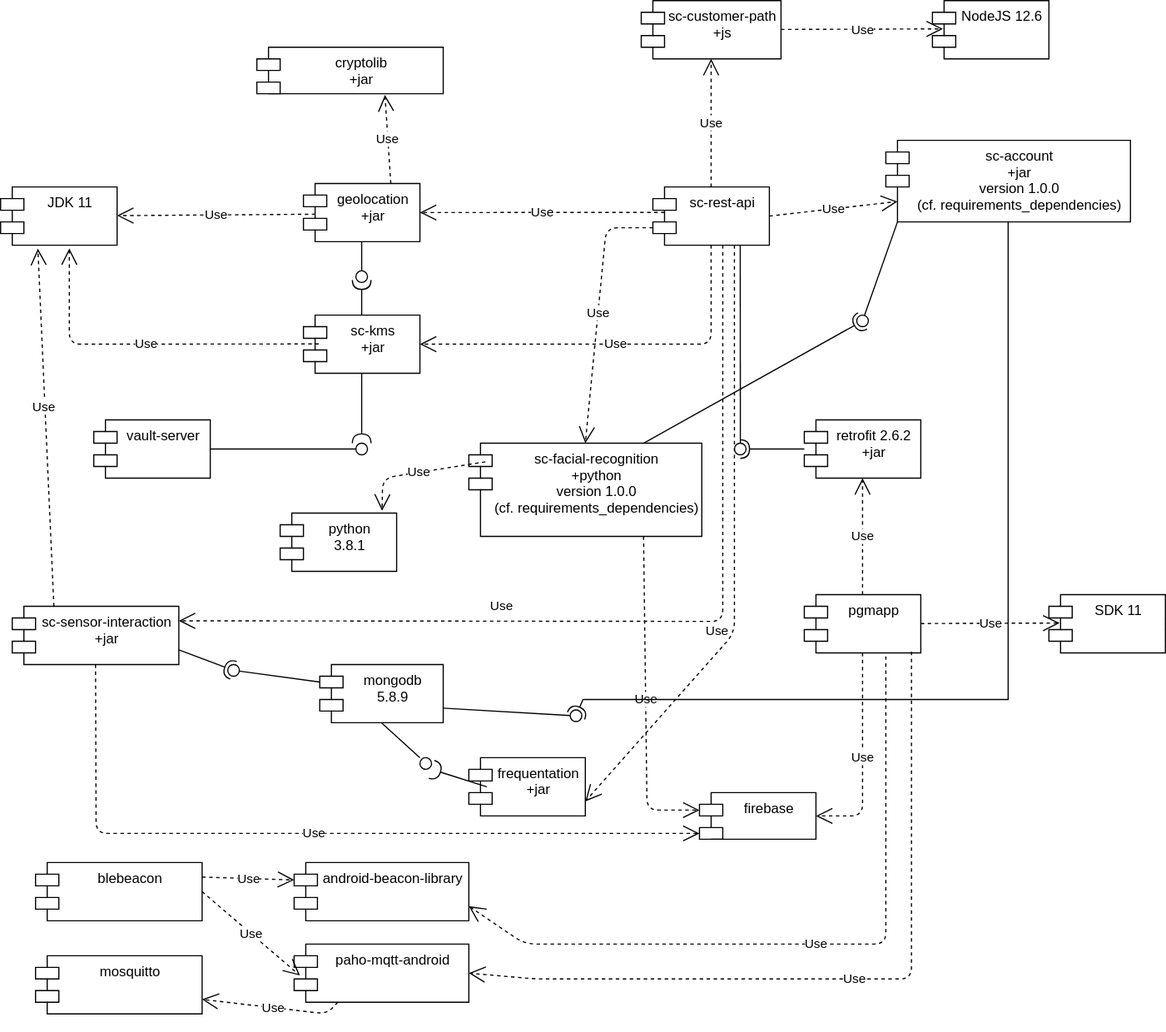
Above: diagrams/ComponentDiagram.svg in jessicaraman/pds-stardust (draw.io), before the change. Source tidied: cells renumbered, new cells last; positions are measured from the earlier drawing's top-left corner, leaving out a move shared by most shapes.
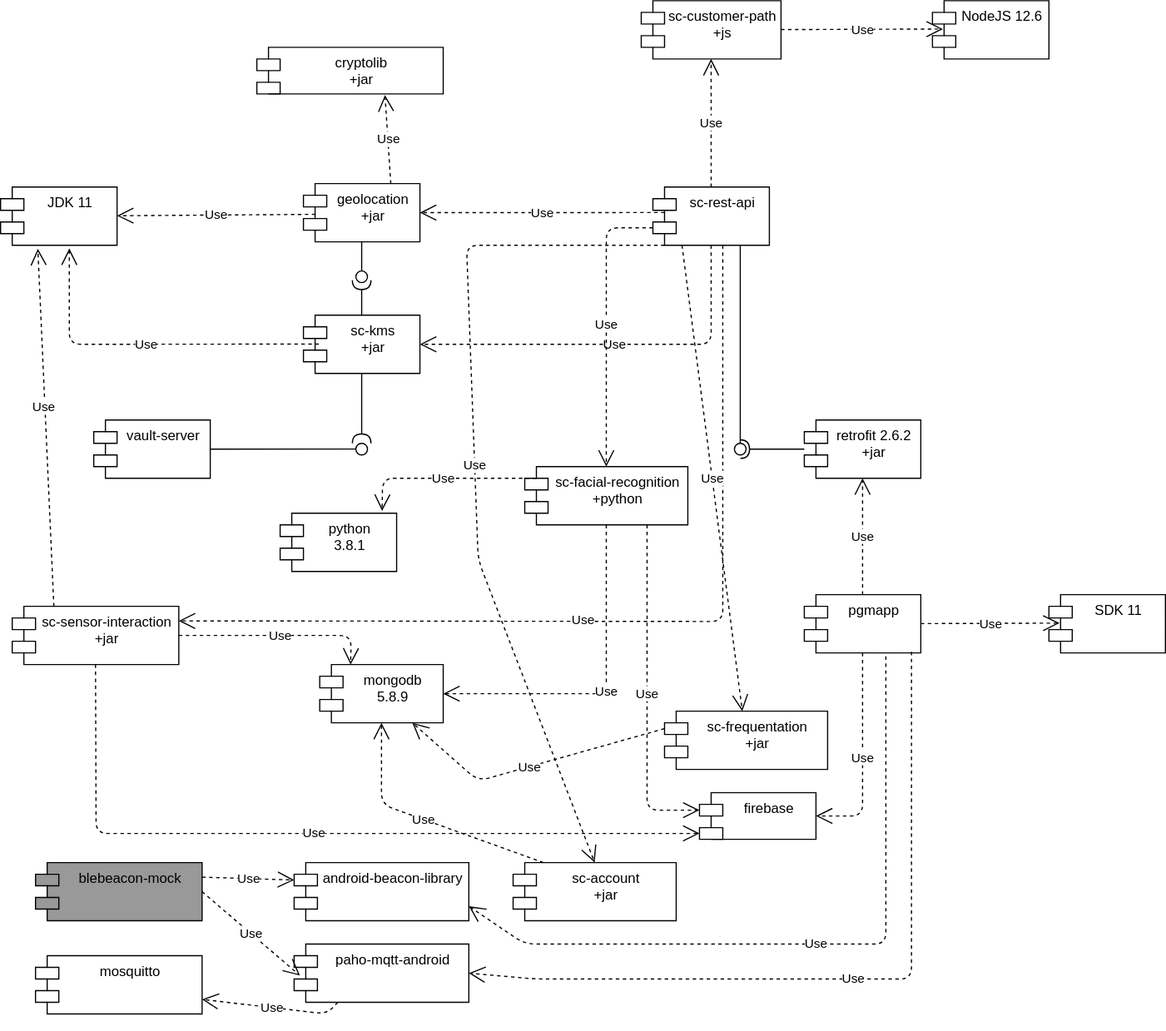
After the commit.

Change to the diagram source:
```diff
@@ -92,8 +92,8 @@
     <mxCell id="27" value="Use" style="endArrow=open;endSize=12;dashed=1;html=1;entryX=0.091;entryY=0.488;entryDx=0;entryDy=0;entryPerimeter=0;" parent="1" edge="1" source="6" target="13">
       <mxGeometry relative="1" as="geometry" />
     </mxCell>
-    <mxCell id="28" value="sc-facial-recognition&#10;+python&#10;version 1.0.0&#10;(cf. requirements_dependencies)" style="shape=module;align=left;spacingLeft=20;align=center;verticalAlign=top;" parent="1" vertex="1">
-      <mxGeometry x="402" y="380" width="200" height="80" as="geometry" />
+    <mxCell id="28" value="sc-facial-recognition&#10;+python" style="shape=module;align=left;spacingLeft=20;align=center;verticalAlign=top;" parent="1" vertex="1">
+      <mxGeometry x="450" y="400" width="140" height="50" as="geometry" />
     </mxCell>
     <mxCell id="29" value="mongodb&#10;5.8.9" style="shape=module;align=left;spacingLeft=20;align=center;verticalAlign=top;" parent="1" vertex="1">
       <mxGeometry x="274" y="570" width="106" height="50" as="geometry" />
@@ -108,6 +108,13 @@
         </Array>
       </mxGeometry>
     </mxCell>
+    <mxCell id="68" value="Use" style="endArrow=open;endSize=12;dashed=1;html=1;exitX=0.5;exitY=1;exitDx=0;exitDy=0;entryX=1;entryY=0.5;entryDx=0;entryDy=0;" parent="1" edge="1" source="28" target="29">
+      <mxGeometry relative="1" as="geometry">
+        <Array as="points">
+          <mxPoint x="520" y="595" />
+        </Array>
+      </mxGeometry>
+    </mxCell>
     <mxCell id="32" value="Use" style="endArrow=open;endSize=12;dashed=1;html=1;exitX=0.75;exitY=1;exitDx=0;exitDy=0;entryX=0;entryY=0;entryDx=0;entryDy=15;entryPerimeter=0;" parent="1" edge="1" source="28" target="30">
       <mxGeometry relative="1" as="geometry">
         <Array as="points">
@@ -135,6 +142,14 @@
     <mxCell id="36" value="sc-sensor-interaction&#10;+jar" style="shape=module;align=left;spacingLeft=20;align=center;verticalAlign=top;" parent="1" vertex="1">
       <mxGeometry x="10" y="520" width="143" height="50" as="geometry" />
     </mxCell>
+    <mxCell id="69" value="Use" style="endArrow=open;endSize=12;dashed=1;html=1;exitX=1;exitY=0.5;exitDx=0;exitDy=0;entryX=0.25;entryY=0;entryDx=0;entryDy=0;" parent="1" edge="1" source="36" target="29">
+      <mxGeometry relative="1" as="geometry">
+        <Array as="points">
+          <mxPoint x="260" y="545" />
+          <mxPoint x="301" y="545" />
+        </Array>
+      </mxGeometry>
+    </mxCell>
     <mxCell id="37" value="Use" style="endArrow=open;endSize=12;dashed=1;html=1;exitX=0.5;exitY=1;exitDx=0;exitDy=0;entryX=0;entryY=0;entryDx=0;entryDy=35;entryPerimeter=0;" parent="1" edge="1" source="36" target="30">
       <mxGeometry relative="1" as="geometry">
         <Array as="points">
@@ -149,7 +164,7 @@
     <mxCell id="39" value="mosquitto" style="shape=module;align=left;spacingLeft=20;align=center;verticalAlign=top;" parent="1" vertex="1">
       <mxGeometry x="30" y="820" width="143" height="50" as="geometry" />
     </mxCell>
-    <mxCell id="40" value="blebeacon" style="shape=module;align=left;spacingLeft=20;align=center;verticalAlign=top;" parent="1" vertex="1">
+    <mxCell id="40" value="blebeacon-mock" style="shape=module;align=left;spacingLeft=20;align=center;verticalAlign=top;fillColor=#999999;" parent="1" vertex="1">
       <mxGeometry x="30" y="740" width="143" height="50" as="geometry" />
     </mxCell>
     <mxCell id="41" value="android-beacon-library" style="shape=module;align=left;spacingLeft=20;align=center;verticalAlign=top;" parent="1" vertex="1">
@@ -159,19 +174,32 @@
       <mxGeometry relative="1" as="geometry" />
     </mxCell>
     <mxCell id="43" value="Use" style="endArrow=open;endSize=12;dashed=1;html=1;entryX=1;entryY=0.25;entryDx=0;entryDy=0;" parent="1" edge="1" target="36">
-      <mxGeometry x="0.3" y="-13" relative="1" as="geometry">
+      <mxGeometry x="-0.18" y="-120" relative="1" as="geometry">
         <mxPoint x="620" y="210" as="sourcePoint" />
         <Array as="points">
           <mxPoint x="620" y="533" />
         </Array>
+        <mxPoint x="-120" y="119" as="offset" />
       </mxGeometry>
     </mxCell>
-    <mxCell id="44" value="sc-account&#10;+jar&#10;version 1.0.0&#10;(cf. requirements_dependencies)&#10;" style="shape=module;align=left;spacingLeft=20;align=center;verticalAlign=top;" parent="1" vertex="1">
-      <mxGeometry x="760" y="120" width="210" height="70" as="geometry" />
+    <mxCell id="44" value="sc-account&#10;+jar" style="shape=module;align=left;spacingLeft=20;align=center;verticalAlign=top;" parent="1" vertex="1">
+      <mxGeometry x="440" y="740" width="140" height="50" as="geometry" />
     </mxCell>
-    <mxCell id="45" value="Use" style="endArrow=open;endSize=12;dashed=1;html=1;exitX=1;exitY=0.5;exitDx=0;exitDy=0;entryX=0;entryY=0.75;entryDx=10;entryDy=0;entryPerimeter=0;" parent="1" edge="1" source="9" target="44">
-      <mxGeometry relative="1" as="geometry" />
+    <mxCell id="45" value="Use" style="endArrow=open;endSize=12;dashed=1;html=1;exitX=0;exitY=1;exitDx=10;exitDy=0;entryX=0.5;entryY=0;entryDx=0;entryDy=0;exitPerimeter=0;" parent="1" edge="1" source="9" target="44">
+      <mxGeometry relative="1" as="geometry">
+        <Array as="points">
+          <mxPoint x="400" y="210" />
+          <mxPoint x="410" y="480" />
+        </Array>
+      </mxGeometry>
     </mxCell>
+    <mxCell id="70" value="Use" style="endArrow=open;endSize=12;dashed=1;html=1;entryX=0.5;entryY=1;entryDx=0;entryDy=0;exitX=0.186;exitY=0;exitDx=0;exitDy=0;exitPerimeter=0;" parent="1" edge="1" source="44" target="29">
+      <mxGeometry relative="1" as="geometry">
+        <Array as="points">
+          <mxPoint x="327" y="690" />
+        </Array>
+      </mxGeometry>
+    </mxCell>
     <mxCell id="46" value="paho-mqtt-android" style="shape=module;align=left;spacingLeft=20;align=center;verticalAlign=top;" parent="1" vertex="1">
       <mxGeometry x="252" y="810" width="150" height="50" as="geometry" />
     </mxCell>
@@ -215,60 +243,18 @@
     <mxCell id="53" style="ellipse;whiteSpace=wrap;html=1;fontFamily=Helvetica;fontSize=12;fontColor=#000000;align=center;strokeColor=#000000;fillColor=#ffffff;" parent="1" vertex="1">
       <mxGeometry x="305" y="232" width="10" height="10" as="geometry" />
     </mxCell>
-    <mxCell id="54" style="rounded=0;jettySize=auto;html=1;endArrow=none;endFill=0;exitX=0;exitY=1;exitDx=10;exitDy=0;exitPerimeter=0;" parent="1" edge="1" source="44" target="56">
-      <mxGeometry relative="1" as="geometry" />
-    </mxCell>
-    <mxCell id="55" style="rounded=0;jettySize=auto;html=1;endArrow=halfCircle;endFill=0;entryX=0.5;entryY=0.5;entryDx=0;entryDy=0;endSize=6;strokeWidth=1;exitX=0.75;exitY=0;exitDx=0;exitDy=0;" parent="1" edge="1" source="28" target="56">
-      <mxGeometry relative="1" as="geometry" />
-    </mxCell>
-    <mxCell id="56" style="ellipse;whiteSpace=wrap;html=1;fontFamily=Helvetica;fontSize=12;fontColor=#000000;align=center;strokeColor=#000000;fillColor=#ffffff;points=[];" parent="1" vertex="1">
-      <mxGeometry x="735" y="270" width="10" height="10" as="geometry" />
-    </mxCell>
-    <mxCell id="57" style="rounded=0;jettySize=auto;html=1;endArrow=none;endFill=0;exitX=1;exitY=0.75;exitDx=0;exitDy=0;" parent="1" edge="1" source="29" target="59">
-      <mxGeometry relative="1" as="geometry" />
-    </mxCell>
-    <mxCell id="58" style="rounded=0;jettySize=auto;html=1;endArrow=halfCircle;endFill=0;entryX=0.5;entryY=0.5;entryDx=0;entryDy=0;endSize=6;strokeWidth=1;exitX=0.5;exitY=1;exitDx=0;exitDy=0;" parent="1" edge="1" source="44" target="59">
-      <mxGeometry relative="1" as="geometry">
-        <Array as="points">
-          <mxPoint x="865" y="600" />
-          <mxPoint x="500" y="600" />
-        </Array>
-      </mxGeometry>
-    </mxCell>
-    <mxCell id="59" style="ellipse;whiteSpace=wrap;html=1;fontFamily=Helvetica;fontSize=12;fontColor=#000000;align=center;strokeColor=#000000;fillColor=#ffffff;points=[];" parent="1" vertex="1">
-      <mxGeometry x="489" y="609" width="10" height="10" as="geometry" />
-    </mxCell>
-    <mxCell id="60" style="rounded=0;jettySize=auto;html=1;endArrow=none;endFill=0;exitX=0;exitY=0;exitDx=0;exitDy=15;exitPerimeter=0;" parent="1" edge="1" source="29" target="62">
-      <mxGeometry relative="1" as="geometry" />
-    </mxCell>
-    <mxCell id="61" style="rounded=0;jettySize=auto;html=1;endArrow=halfCircle;endFill=0;entryX=0.5;entryY=0.5;entryDx=0;entryDy=0;endSize=6;strokeWidth=1;exitX=1;exitY=0.75;exitDx=0;exitDy=0;" parent="1" edge="1" source="36" target="62">
-      <mxGeometry relative="1" as="geometry" />
-    </mxCell>
-    <mxCell id="62" style="ellipse;whiteSpace=wrap;html=1;fontFamily=Helvetica;fontSize=12;fontColor=#000000;align=center;strokeColor=#000000;fillColor=#ffffff;points=[];" parent="1" vertex="1">
-      <mxGeometry x="195" y="570" width="10" height="10" as="geometry" />
-    </mxCell>
-    <mxCell id="63" value="frequentation&#10;+jar" style="shape=module;align=left;spacingLeft=20;align=center;verticalAlign=top;" parent="1" vertex="1">
-      <mxGeometry x="402" y="650" width="100" height="50" as="geometry" />
-    </mxCell>
-    <mxCell id="64" style="rounded=0;jettySize=auto;html=1;endArrow=none;endFill=0;exitX=0.5;exitY=1;exitDx=0;exitDy=0;" parent="1" edge="1" source="29">
-      <mxGeometry relative="1" as="geometry">
-        <mxPoint x="360" y="650" as="targetPoint" />
-      </mxGeometry>
-    </mxCell>
-    <mxCell id="65" style="ellipse;whiteSpace=wrap;html=1;fontFamily=Helvetica;fontSize=12;fontColor=#000000;align=center;strokeColor=#000000;fillColor=#ffffff;" parent="1" vertex="1">
-      <mxGeometry x="360" y="650" width="10" height="10" as="geometry" />
-    </mxCell>
-    <mxCell id="66" style="rounded=0;jettySize=auto;html=1;endArrow=halfCircle;endFill=0;endSize=6;strokeWidth=1;exitX=0.154;exitY=0.5;exitDx=0;exitDy=0;exitPerimeter=0;" parent="1" edge="1" source="63">
-      <mxGeometry relative="1" as="geometry">
-        <mxPoint x="370" y="660" as="targetPoint" />
-      </mxGeometry>
-    </mxCell>
-    <mxCell id="67" value="Use" style="endArrow=open;endSize=12;dashed=1;html=1;entryX=1;entryY=0.75;entryDx=0;entryDy=0;exitX=0.7;exitY=1;exitDx=0;exitDy=0;exitPerimeter=0;" parent="1" edge="1" source="9" target="63">
-      <mxGeometry x="0.3" y="-13" relative="1" as="geometry">
-        <Array as="points">
-          <mxPoint x="630" y="543" />
-        </Array>
-      </mxGeometry>
-    </mxCell>
+    <mxCell id="71" value="sc-frequentation&#10;+jar" style="shape=module;align=left;spacingLeft=20;align=center;verticalAlign=top;" parent="1" vertex="1">
+      <mxGeometry x="570" y="610" width="140" height="50" as="geometry" />
+    </mxCell>
+    <mxCell id="72" value="Use" style="endArrow=open;endSize=12;dashed=1;html=1;exitX=0.25;exitY=1;exitDx=0;exitDy=0;" parent="1" edge="1" source="9" target="71">
+      <mxGeometry relative="1" as="geometry" />
+    </mxCell>
+    <mxCell id="73" value="Use" style="endArrow=open;endSize=12;dashed=1;html=1;entryX=0.75;entryY=1;entryDx=0;entryDy=0;exitX=0;exitY=0;exitDx=0;exitDy=15;exitPerimeter=0;" parent="1" edge="1" source="71" target="29">
+      <mxGeometry relative="1" as="geometry">
+        <Array as="points">
+          <mxPoint x="410" y="670" />
+        </Array>
+      </mxGeometry>
+    </mxCell>
   </root>
 </mxGraphModel>
```
